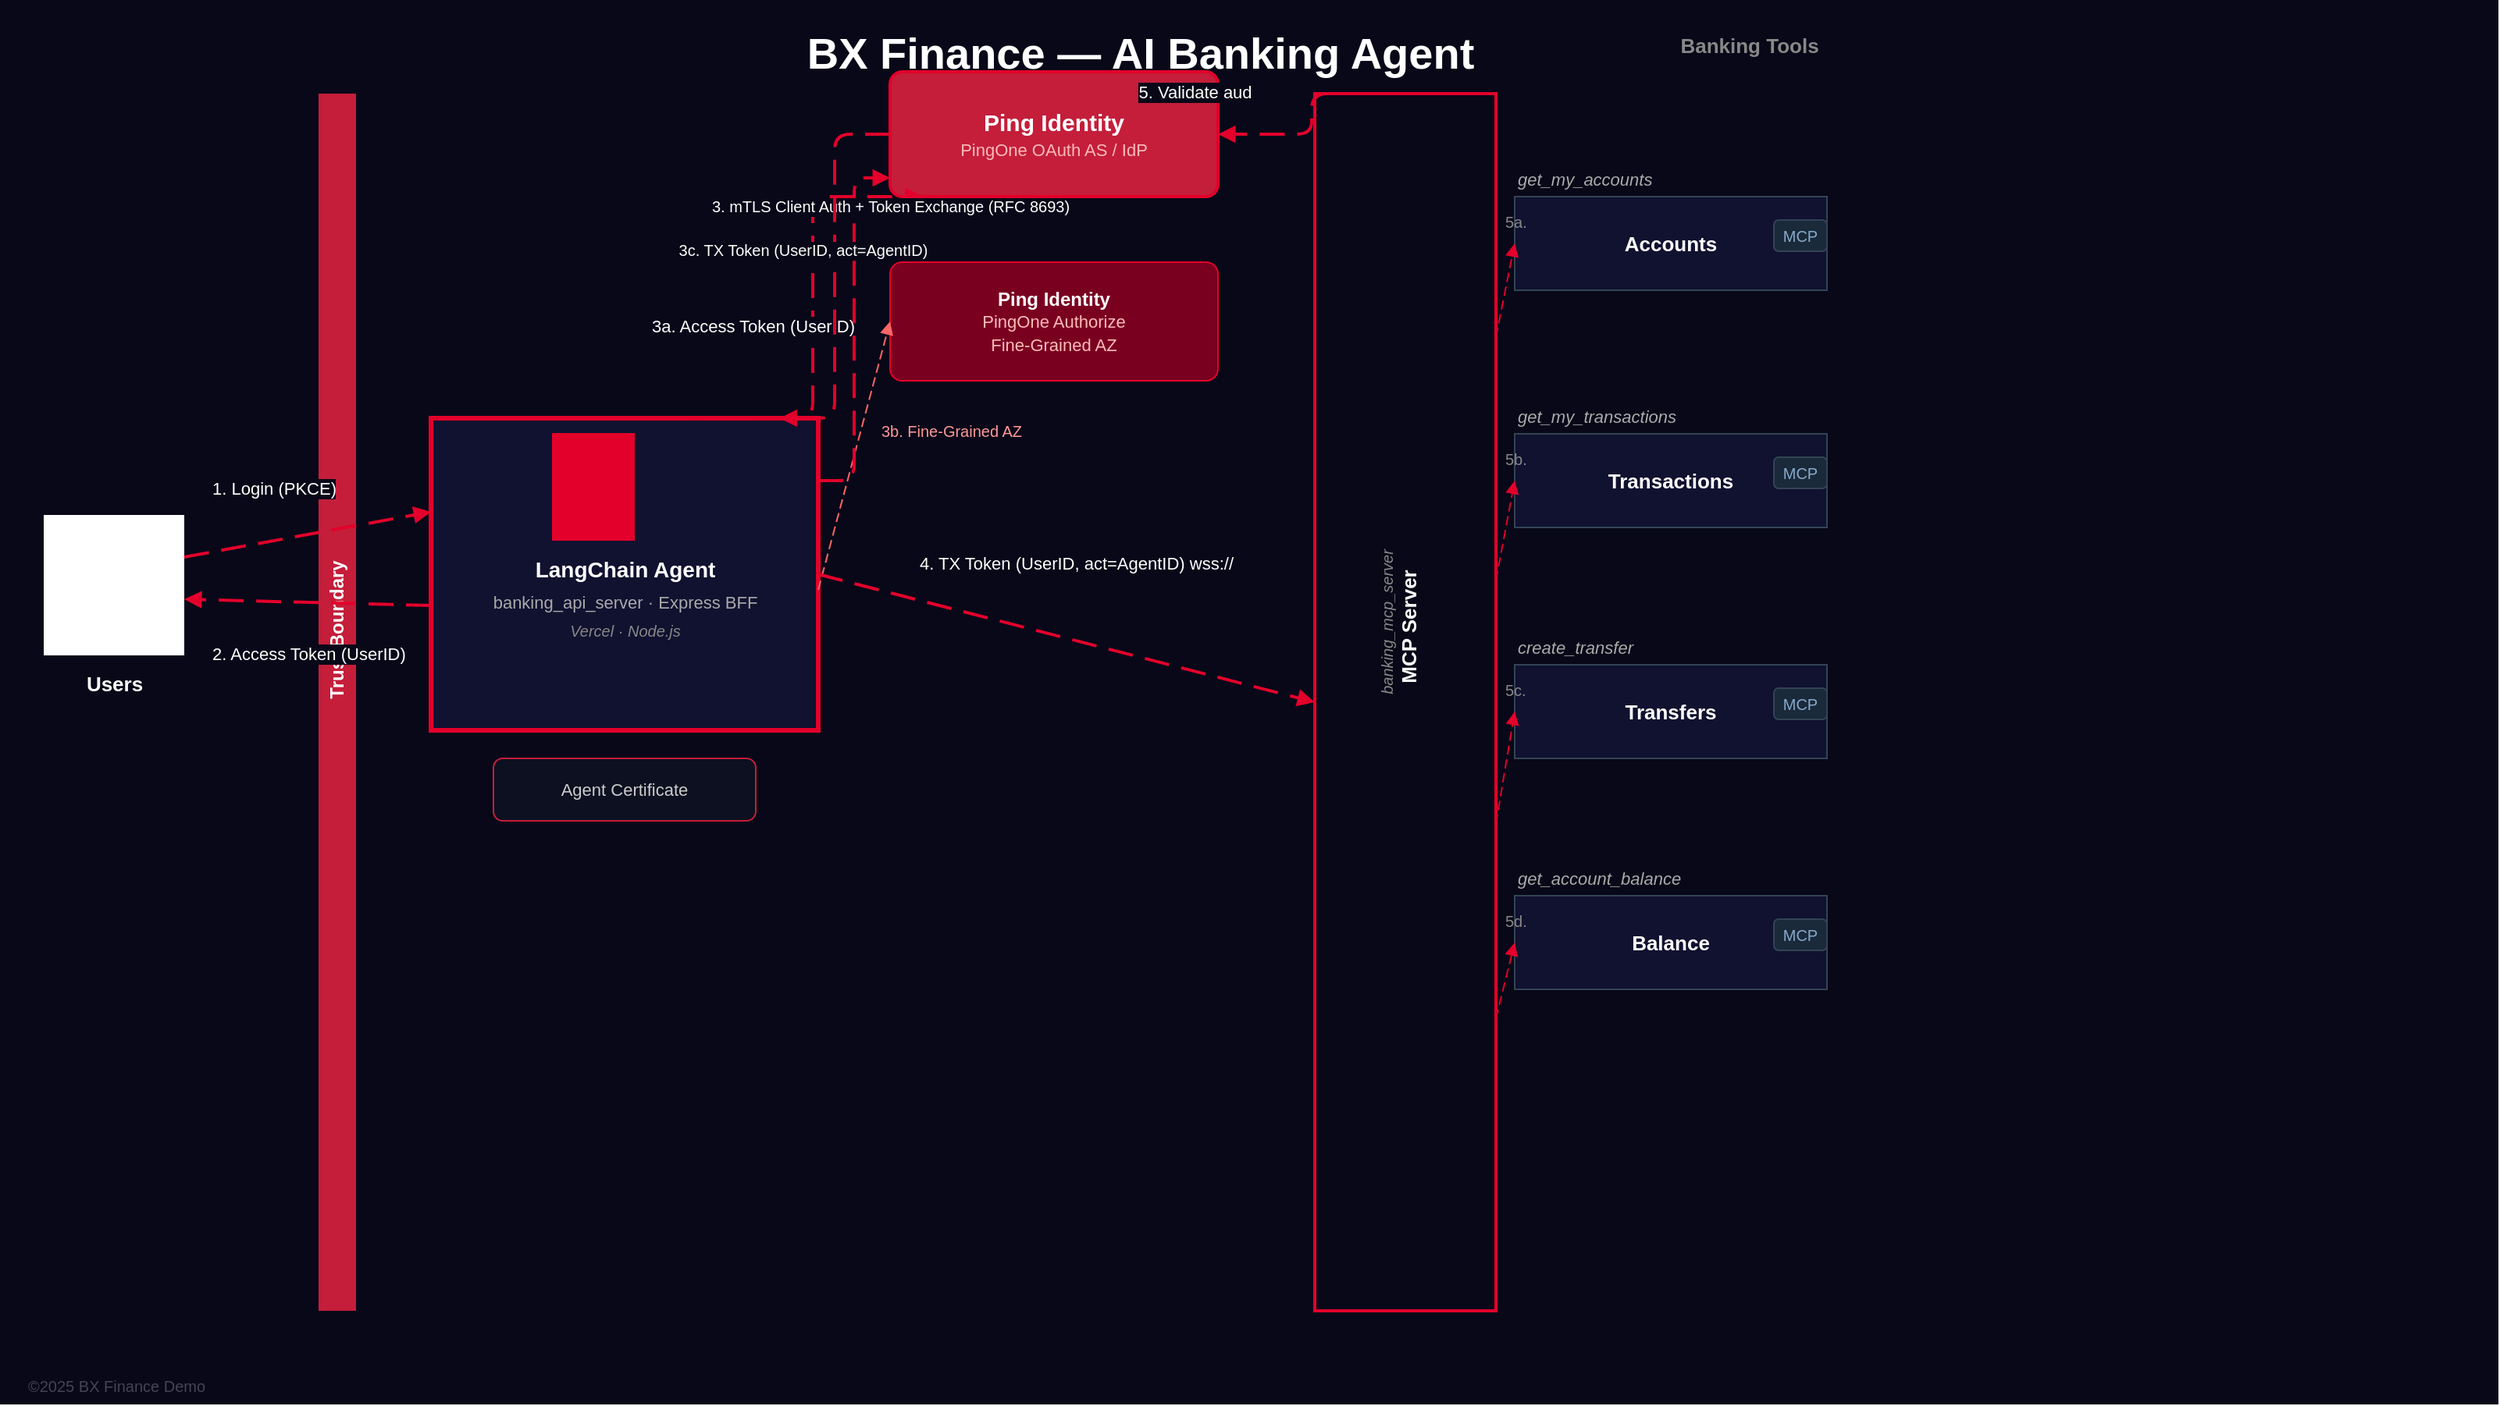
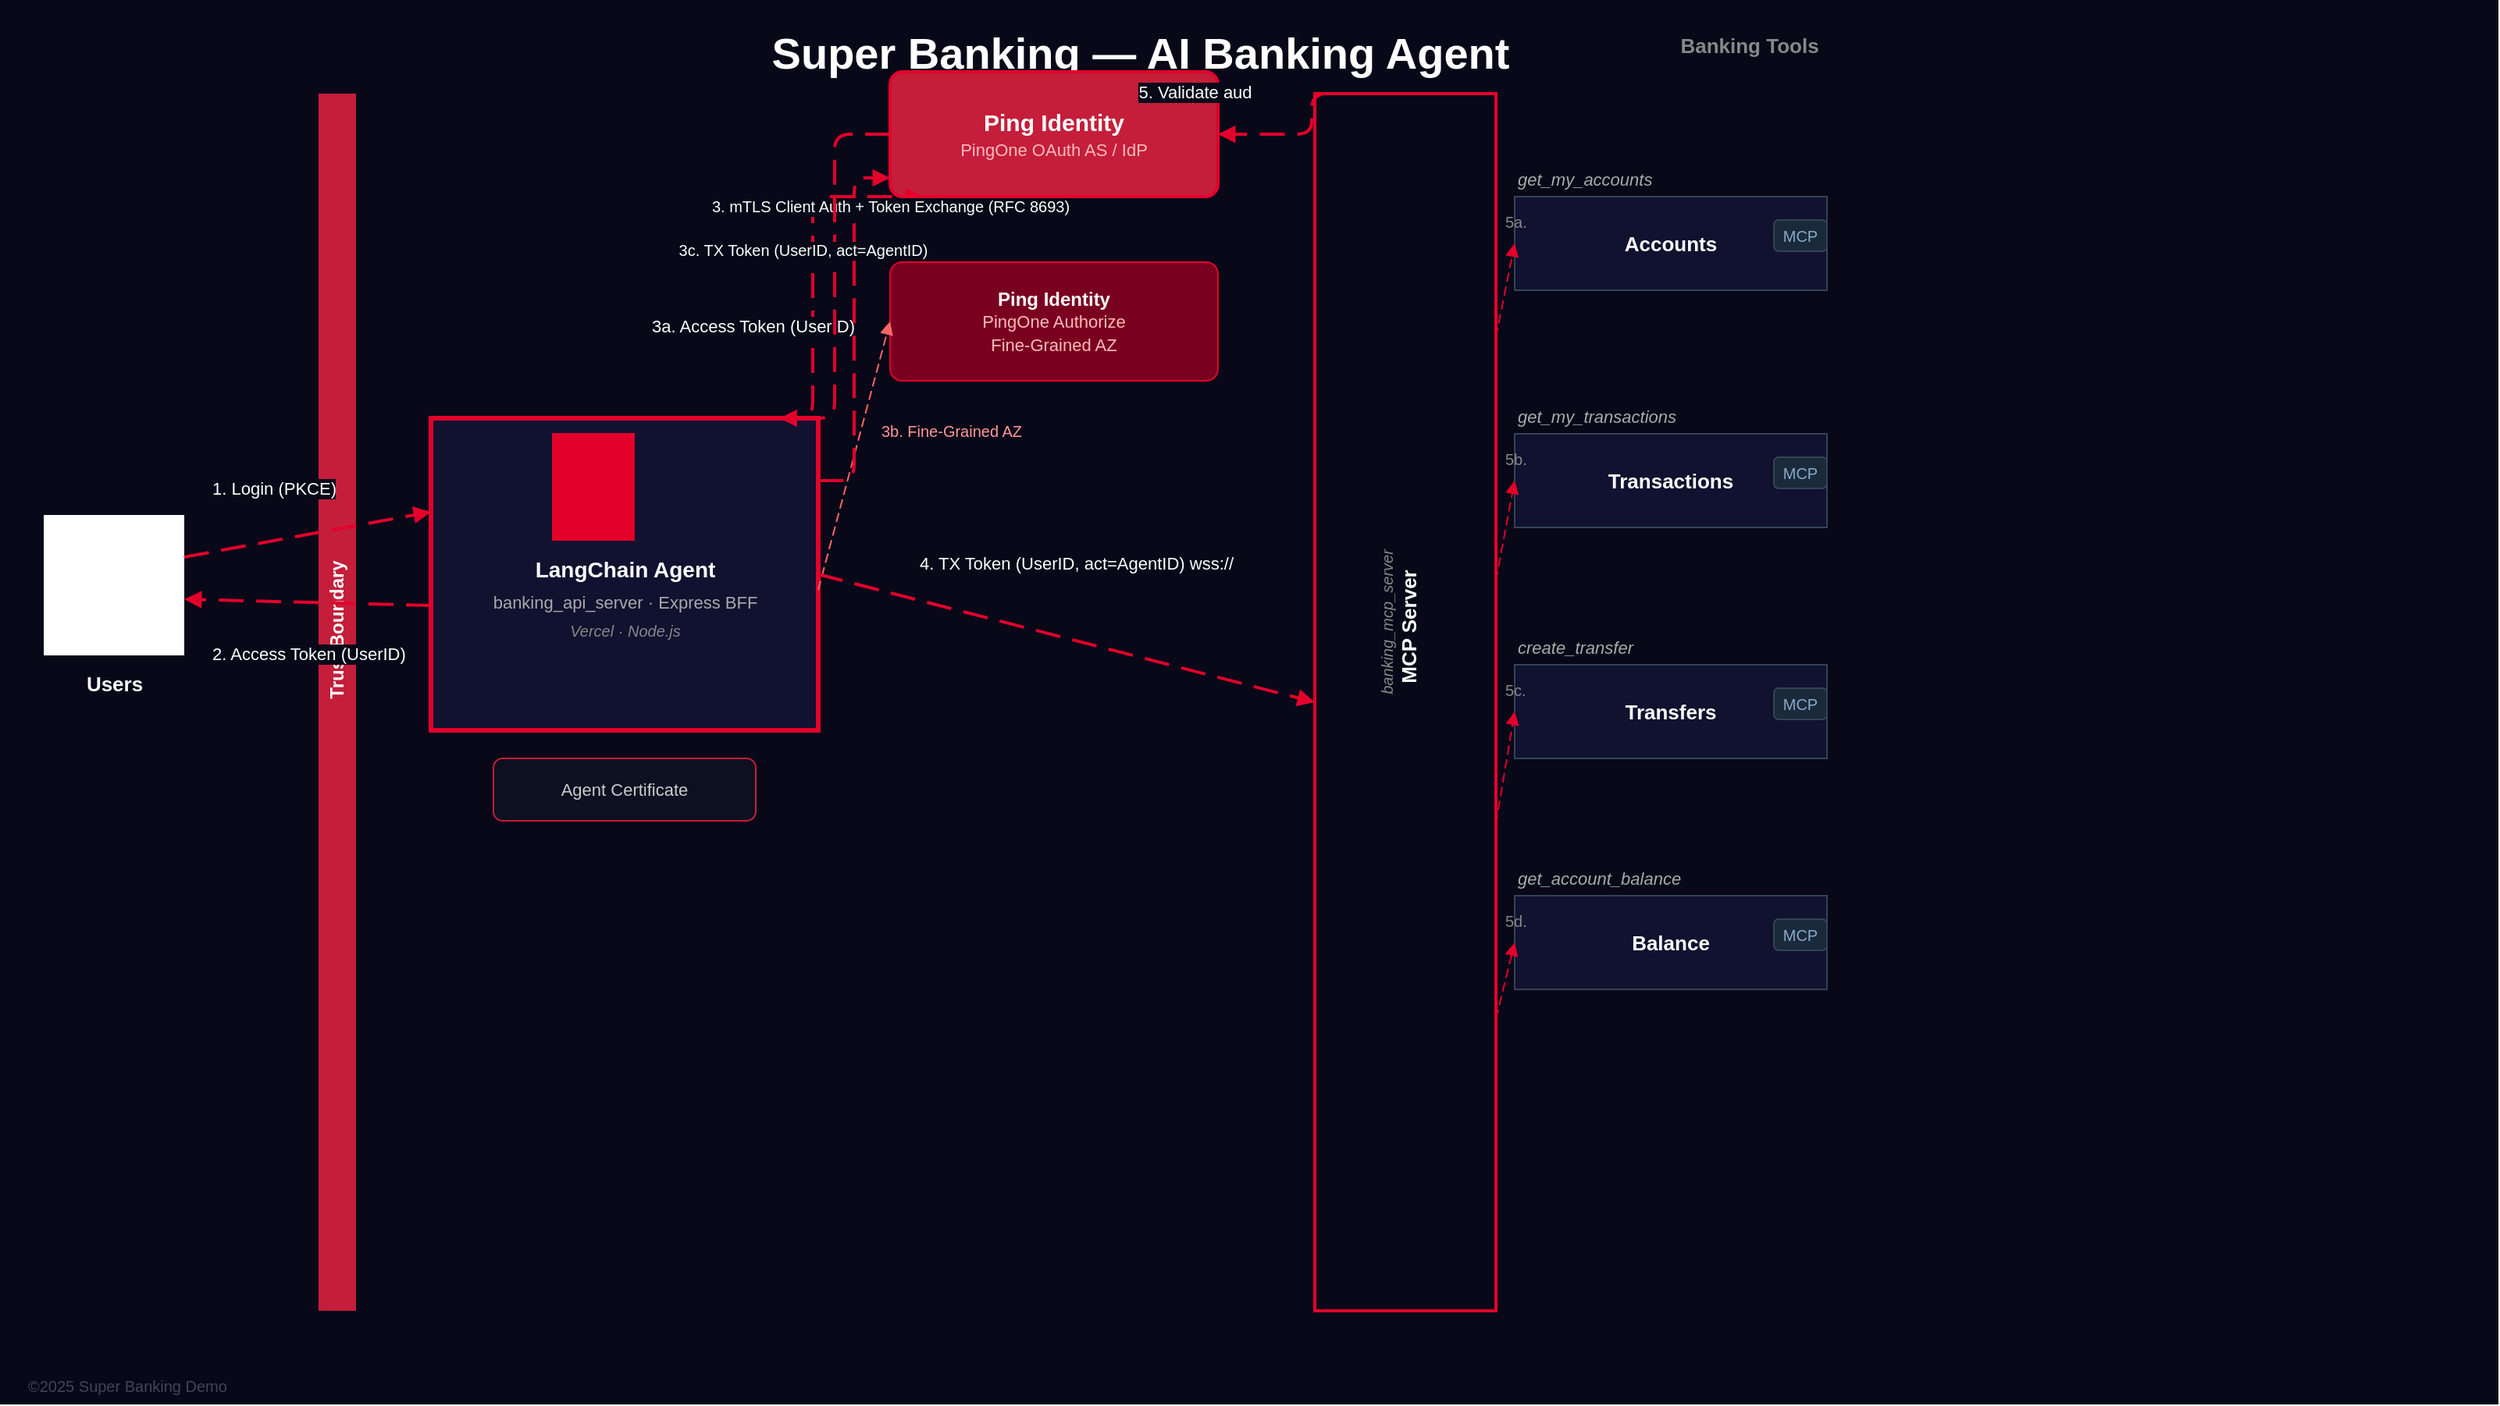
<mxfile host="app.diagrams.net" version="21.0.0" pages="1">
-   <diagram id="bx-agent-flow" name="BX Finance Agent Flow">
+   <diagram id="bx-agent-flow" name="Super Banking Agent Flow">
    <mxGraphModel dx="1600" dy="900" grid="0" gridSize="10" guides="0" tooltips="1" connect="0" arrows="0" fold="0" page="1" pageScale="1" pageWidth="1600" pageHeight="900" math="0" shadow="0">
      <root>
        <mxCell id="0" />
        <mxCell id="1" parent="0" />

        <!-- ─── PAGE BACKGROUND ─── -->
        <mxCell id="bg" value="" style="fillColor=#080818;strokeColor=none;" vertex="1" parent="1">
          <mxGeometry x="0" y="0" width="1600" height="900" as="geometry" />
        </mxCell>

        <!-- ─── TITLE ─── -->
-         <mxCell id="title" value="BX Finance — AI Banking Agent" style="text;html=1;strokeColor=none;fillColor=none;align=center;verticalAlign=middle;fontSize=28;fontStyle=1;fontColor=#ffffff;" vertex="1" parent="1">
+         <mxCell id="title" value="Super Banking — AI Banking Agent" style="text;html=1;strokeColor=none;fillColor=none;align=center;verticalAlign=middle;fontSize=28;fontStyle=1;fontColor=#ffffff;" vertex="1" parent="1">
          <mxGeometry x="300" y="14" width="860" height="40" as="geometry" />
        </mxCell>
        <mxCell id="subtitle_right" value="Banking Tools" style="text;html=1;strokeColor=none;fillColor=none;align=center;verticalAlign=middle;fontSize=13;fontStyle=1;fontColor=#888888;" vertex="1" parent="1">
          <mxGeometry x="1020" y="14" width="200" height="30" as="geometry" />
        </mxCell>

        <!-- ─── USERS ─── -->
        <mxCell id="users_icon" value="" style="shape=mxgraph.cisco.users.users;html=1;fillColor=#ffffff;strokeColor=none;pointerEvents=0;" vertex="1" parent="1">
          <mxGeometry x="28" y="330" width="90" height="90" as="geometry" />
        </mxCell>
        <mxCell id="users_lbl" value="Users" style="text;html=1;strokeColor=none;fillColor=none;align=center;verticalAlign=top;fontSize=13;fontStyle=1;fontColor=#ffffff;" vertex="1" parent="1">
          <mxGeometry x="28" y="424" width="90" height="22" as="geometry" />
        </mxCell>

        <!-- ─── TRUST BOUNDARY BAR ─── -->
        <mxCell id="trust_bar" value="" style="fillColor=#c41e3a;strokeColor=none;" vertex="1" parent="1">
          <mxGeometry x="204" y="60" width="24" height="780" as="geometry" />
        </mxCell>
        <mxCell id="trust_lbl" value="Trust Boundary" style="text;html=1;strokeColor=none;fillColor=none;align=center;verticalAlign=middle;fontSize=12;fontStyle=1;fontColor=#ffffff;rotation=-90;" vertex="1" parent="1">
          <mxGeometry x="140" y="392" width="152" height="24" as="geometry" />
        </mxCell>

        <!-- ─── BFF + LANGCHAIN AGENT ─── -->
        <mxCell id="agent_bg" value="" style="rounded=2;whiteSpace=wrap;html=1;fillColor=#111130;strokeColor=#e3002b;strokeWidth=3;arcSize=6;" vertex="1" parent="1">
          <mxGeometry x="276" y="268" width="248" height="200" as="geometry" />
        </mxCell>
        <mxCell id="agent_robot" value="" style="shape=mxgraph.cisco.servers.standard_server;html=1;fillColor=#e3002b;strokeColor=#e3002b;pointerEvents=0;" vertex="1" parent="1">
          <mxGeometry x="354" y="278" width="52" height="68" as="geometry" />
        </mxCell>
        <mxCell id="agent_name" value="LangChain Agent" style="text;html=1;strokeColor=none;fillColor=none;align=center;verticalAlign=top;fontSize=14;fontStyle=1;fontColor=#ffffff;" vertex="1" parent="1">
          <mxGeometry x="276" y="350" width="248" height="22" as="geometry" />
        </mxCell>
        <mxCell id="agent_sub" value="banking_api_server  ·  Express BFF" style="text;html=1;strokeColor=none;fillColor=none;align=center;verticalAlign=top;fontSize=11;fontStyle=0;fontColor=#aaaaaa;" vertex="1" parent="1">
          <mxGeometry x="276" y="373" width="248" height="20" as="geometry" />
        </mxCell>
        <mxCell id="agent_sub2" value="Vercel · Node.js" style="text;html=1;strokeColor=none;fillColor=none;align=center;verticalAlign=top;fontSize=10;fontStyle=2;fontColor=#888888;" vertex="1" parent="1">
          <mxGeometry x="276" y="392" width="248" height="20" as="geometry" />
        </mxCell>

        <!-- Agent Certificate badge -->
        <mxCell id="agent_cert" value="Agent Certificate" style="rounded=1;whiteSpace=wrap;html=1;fillColor=#0d1020;strokeColor=#c41e3a;strokeWidth=1;strokeDasharray=4 4;fontColor=#cccccc;fontSize=11;" vertex="1" parent="1">
          <mxGeometry x="316" y="486" width="168" height="40" as="geometry" />
        </mxCell>

        <!-- ─── PINGONE AS ─── -->
        <mxCell id="pingone_as" value="&lt;b style=&quot;font-size:15px;&quot;&gt;Ping Identity&lt;/b&gt;&lt;br&gt;&lt;span style=&quot;font-size:11px;color:#ffbbbb;&quot;&gt;PingOne OAuth AS / IdP&lt;/span&gt;" style="rounded=1;whiteSpace=wrap;html=1;fillColor=#c41e3a;strokeColor=#e3002b;strokeWidth=2;fontColor=#ffffff;fontSize=13;arcSize=10;" vertex="1" parent="1">
          <mxGeometry x="570" y="46" width="210" height="80" as="geometry" />
        </mxCell>

        <!-- ─── PINGONE AUTHORIZE (fine-grained AZ) ─── -->
        <mxCell id="pingone_az" value="&lt;b&gt;Ping Identity&lt;/b&gt;&lt;br&gt;&lt;span style=&quot;font-size:11px;color:#ffbbbb;&quot;&gt;PingOne Authorize&lt;br&gt;Fine-Grained AZ&lt;/span&gt;" style="rounded=1;whiteSpace=wrap;html=1;fillColor=#7a0020;strokeColor=#e3002b;strokeWidth=1;strokeDasharray=5 3;fontColor=#ffffff;fontSize=12;arcSize=10;" vertex="1" parent="1">
          <mxGeometry x="570" y="168" width="210" height="76" as="geometry" />
        </mxCell>

        <!-- ─── MCP SERVER (dashed vertical container) ─── -->
        <mxCell id="mcp_outer" value="" style="fillColor=none;strokeColor=#e3002b;strokeWidth=2;strokeDasharray=8 4;" vertex="1" parent="1">
          <mxGeometry x="842" y="60" width="116" height="780" as="geometry" />
        </mxCell>
        <mxCell id="mcp_lbl_top" value="MCP Server" style="text;html=1;strokeColor=none;fillColor=none;align=center;verticalAlign=middle;fontSize=13;fontStyle=1;fontColor=#ffffff;rotation=-90;" vertex="1" parent="1">
          <mxGeometry x="822" y="390" width="160" height="24" as="geometry" />
        </mxCell>
        <mxCell id="mcp_sub_lbl" value="banking_mcp_server" style="text;html=1;strokeColor=none;fillColor=none;align=center;verticalAlign=middle;fontSize=10;fontStyle=2;fontColor=#888888;rotation=-90;" vertex="1" parent="1">
          <mxGeometry x="808" y="390" width="160" height="18" as="geometry" />
        </mxCell>

        <!-- ─── TOOL BOXES ─── -->
        <mxCell id="tool_lbl_a" value="get_my_accounts" style="text;html=1;strokeColor=none;fillColor=none;align=left;verticalAlign=middle;fontSize=11;fontColor=#aaaaaa;fontStyle=2;" vertex="1" parent="1">
          <mxGeometry x="970" y="106" width="170" height="18" as="geometry" />
        </mxCell>
        <mxCell id="tool1" value="&lt;b&gt;Accounts&lt;/b&gt;" style="rounded=0;whiteSpace=wrap;html=1;fillColor=#111130;strokeColor=#334455;strokeWidth=1;fontColor=#ffffff;fontSize=13;" vertex="1" parent="1">
          <mxGeometry x="970" y="126" width="200" height="60" as="geometry" />
        </mxCell>
        <mxCell id="tool1_tag" value="MCP" style="rounded=1;whiteSpace=wrap;html=1;fillColor=#1a2a3a;strokeColor=#334455;fontColor=#88aacc;fontSize=10;" vertex="1" parent="1">
          <mxGeometry x="1136" y="141" width="34" height="20" as="geometry" />
        </mxCell>

        <mxCell id="tool_lbl_b" value="get_my_transactions" style="text;html=1;strokeColor=none;fillColor=none;align=left;verticalAlign=middle;fontSize=11;fontColor=#aaaaaa;fontStyle=2;" vertex="1" parent="1">
          <mxGeometry x="970" y="258" width="170" height="18" as="geometry" />
        </mxCell>
        <mxCell id="tool2" value="&lt;b&gt;Transactions&lt;/b&gt;" style="rounded=0;whiteSpace=wrap;html=1;fillColor=#111130;strokeColor=#334455;strokeWidth=1;fontColor=#ffffff;fontSize=13;" vertex="1" parent="1">
          <mxGeometry x="970" y="278" width="200" height="60" as="geometry" />
        </mxCell>
        <mxCell id="tool2_tag" value="MCP" style="rounded=1;whiteSpace=wrap;html=1;fillColor=#1a2a3a;strokeColor=#334455;fontColor=#88aacc;fontSize=10;" vertex="1" parent="1">
          <mxGeometry x="1136" y="293" width="34" height="20" as="geometry" />
        </mxCell>

        <mxCell id="tool_lbl_c" value="create_transfer" style="text;html=1;strokeColor=none;fillColor=none;align=left;verticalAlign=middle;fontSize=11;fontColor=#aaaaaa;fontStyle=2;" vertex="1" parent="1">
          <mxGeometry x="970" y="406" width="170" height="18" as="geometry" />
        </mxCell>
        <mxCell id="tool3" value="&lt;b&gt;Transfers&lt;/b&gt;" style="rounded=0;whiteSpace=wrap;html=1;fillColor=#111130;strokeColor=#334455;strokeWidth=1;fontColor=#ffffff;fontSize=13;" vertex="1" parent="1">
          <mxGeometry x="970" y="426" width="200" height="60" as="geometry" />
        </mxCell>
        <mxCell id="tool3_tag" value="MCP" style="rounded=1;whiteSpace=wrap;html=1;fillColor=#1a2a3a;strokeColor=#334455;fontColor=#88aacc;fontSize=10;" vertex="1" parent="1">
          <mxGeometry x="1136" y="441" width="34" height="20" as="geometry" />
        </mxCell>

        <mxCell id="tool_lbl_d" value="get_account_balance" style="text;html=1;strokeColor=none;fillColor=none;align=left;verticalAlign=middle;fontSize=11;fontColor=#aaaaaa;fontStyle=2;" vertex="1" parent="1">
          <mxGeometry x="970" y="554" width="170" height="18" as="geometry" />
        </mxCell>
        <mxCell id="tool4" value="&lt;b&gt;Balance&lt;/b&gt;" style="rounded=0;whiteSpace=wrap;html=1;fillColor=#111130;strokeColor=#334455;strokeWidth=1;fontColor=#ffffff;fontSize=13;" vertex="1" parent="1">
          <mxGeometry x="970" y="574" width="200" height="60" as="geometry" />
        </mxCell>
        <mxCell id="tool4_tag" value="MCP" style="rounded=1;whiteSpace=wrap;html=1;fillColor=#1a2a3a;strokeColor=#334455;fontColor=#88aacc;fontSize=10;" vertex="1" parent="1">
          <mxGeometry x="1136" y="589" width="34" height="20" as="geometry" />
        </mxCell>

        <!-- ═══════════ ARROWS ═══════════ -->

        <!-- 1. User → BFF: Login (PKCE) -->
        <mxCell id="a1" value="" style="edgeStyle=none;html=1;dashed=1;dashPattern=8 4;strokeColor=#e3002b;strokeWidth=2;endArrow=block;endFill=1;exitX=1;exitY=0.3;exitDx=0;exitDy=0;entryX=0;entryY=0.3;entryDx=0;entryDy=0;" edge="1" parent="1" source="users_icon" target="agent_bg">
          <mxGeometry relative="1" as="geometry" />
        </mxCell>
        <mxCell id="a1_lbl" value="1. Login (PKCE)" style="text;html=1;strokeColor=none;fillColor=none;align=left;fontSize=11;fontColor=#ffffff;labelBackgroundColor=#080818;" vertex="1" parent="1">
          <mxGeometry x="134" y="300" width="130" height="18" as="geometry" />
        </mxCell>

        <!-- 2. BFF → User: Access Token  -->
        <mxCell id="a2" value="" style="edgeStyle=none;html=1;dashed=1;dashPattern=8 4;strokeColor=#e3002b;strokeWidth=2;endArrow=block;endFill=1;exitX=0;exitY=0.6;exitDx=0;exitDy=0;entryX=1;entryY=0.6;entryDx=0;entryDy=0;" edge="1" parent="1" source="agent_bg" target="users_icon">
          <mxGeometry relative="1" as="geometry" />
        </mxCell>
        <mxCell id="a2_lbl" value="2. Access Token (UserID)" style="text;html=1;strokeColor=none;fillColor=none;align=left;fontSize=11;fontColor=#ffffff;labelBackgroundColor=#080818;" vertex="1" parent="1">
          <mxGeometry x="134" y="406" width="170" height="18" as="geometry" />
        </mxCell>

        <!-- 3a. BFF → PingOne AS: redirect for auth -->
        <mxCell id="a3a" value="" style="edgeStyle=elbowEdgeStyle;html=1;dashed=1;dashPattern=8 4;strokeColor=#e3002b;strokeWidth=2;endArrow=block;endFill=1;exitX=0.7;exitY=0;exitDx=0;exitDy=0;entryX=0.1;entryY=1;entryDx=0;entryDy=0;" edge="1" parent="1" source="agent_bg" target="pingone_as">
          <mxGeometry relative="1" as="geometry" />
        </mxCell>
        <mxCell id="a3a_lbl" value="3a. Access Token (UserID)" style="text;html=1;strokeColor=none;fillColor=none;align=center;fontSize=11;fontColor=#ffffff;labelBackgroundColor=#080818;" vertex="1" parent="1">
          <mxGeometry x="390" y="196" width="184" height="18" as="geometry" />
        </mxCell>

        <!-- 3b. BFF → PingOne Authorize: Fine-Grained AZ -->
        <mxCell id="a3b" value="" style="edgeStyle=none;html=1;dashed=1;dashPattern=6 3;strokeColor=#ff6666;strokeWidth=1;endArrow=block;endFill=1;exitX=1;exitY=0.55;exitDx=0;exitDy=0;entryX=0;entryY=0.5;entryDx=0;entryDy=0;" edge="1" parent="1" source="agent_bg" target="pingone_az">
          <mxGeometry relative="1" as="geometry" />
        </mxCell>
        <mxCell id="a3b_lbl" value="3b. Fine-Grained AZ" style="text;html=1;strokeColor=none;fillColor=none;align=center;fontSize=10;fontColor=#ff9999;labelBackgroundColor=#080818;" vertex="1" parent="1">
          <mxGeometry x="534" y="264" width="150" height="18" as="geometry" />
        </mxCell>

        <!-- 3. BFF → PingOne AS: Token Exchange (RFC 8693) -->
        <mxCell id="a3" value="" style="edgeStyle=elbowEdgeStyle;html=1;dashed=1;dashPattern=8 4;strokeColor=#e3002b;strokeWidth=2;endArrow=block;endFill=1;exitX=1;exitY=0.2;exitDx=0;exitDy=0;entryX=0;entryY=0.85;entryDx=0;entryDy=0;" edge="1" parent="1" source="agent_bg" target="pingone_as">
          <mxGeometry relative="1" as="geometry" />
        </mxCell>
        <mxCell id="a3_lbl" value="3. mTLS Client Auth + Token Exchange (RFC 8693)" style="text;html=1;strokeColor=none;fillColor=none;align=center;fontSize=10;fontColor=#ffffff;labelBackgroundColor=#080818;" vertex="1" parent="1">
          <mxGeometry x="430" y="120" width="280" height="18" as="geometry" />
        </mxCell>

        <!-- 3c. PingOne AS → BFF: TX Token -->
        <mxCell id="a3c" value="" style="edgeStyle=elbowEdgeStyle;html=1;dashed=1;dashPattern=8 4;strokeColor=#e3002b;strokeWidth=2;endArrow=block;endFill=1;exitX=0;exitY=0.5;exitDx=0;exitDy=0;entryX=0.9;entryY=0;entryDx=0;entryDy=0;" edge="1" parent="1" source="pingone_as" target="agent_bg">
          <mxGeometry relative="1" as="geometry" />
        </mxCell>
        <mxCell id="a3c_lbl" value="3c. TX Token (UserID, act=AgentID)" style="text;html=1;strokeColor=none;fillColor=none;align=center;fontSize=10;fontColor=#ffffff;labelBackgroundColor=#080818;" vertex="1" parent="1">
          <mxGeometry x="394" y="148" width="240" height="18" as="geometry" />
        </mxCell>

        <!-- 4. BFF → MCP Server: TX Token via WebSocket -->
        <mxCell id="a4" value="" style="edgeStyle=none;html=1;dashed=1;dashPattern=8 4;strokeColor=#e3002b;strokeWidth=2;endArrow=block;endFill=1;exitX=1;exitY=0.5;exitDx=0;exitDy=0;entryX=0;entryY=0.5;entryDx=0;entryDy=0;" edge="1" parent="1" source="agent_bg" target="mcp_outer">
          <mxGeometry relative="1" as="geometry" />
        </mxCell>
        <mxCell id="a4_lbl" value="4. TX Token (UserID, act=AgentID)  wss://" style="text;html=1;strokeColor=none;fillColor=none;align=center;fontSize=11;fontColor=#ffffff;labelBackgroundColor=#080818;" vertex="1" parent="1">
          <mxGeometry x="544" y="348" width="290" height="18" as="geometry" />
        </mxCell>

        <!-- 5. MCP Server → PingOne AS: Validate aud -->
        <mxCell id="a5" value="" style="edgeStyle=elbowEdgeStyle;html=1;dashed=1;dashPattern=8 4;strokeColor=#e3002b;strokeWidth=2;endArrow=block;endFill=1;exitX=0.5;exitY=0;exitDx=0;exitDy=0;entryX=1;entryY=0.5;entryDx=0;entryDy=0;" edge="1" parent="1" source="mcp_outer" target="pingone_as">
          <mxGeometry relative="1" as="geometry" />
        </mxCell>
        <mxCell id="a5_lbl" value="5. Validate aud" style="text;html=1;strokeColor=none;fillColor=none;align=center;fontSize=11;fontColor=#ffffff;labelBackgroundColor=#080818;" vertex="1" parent="1">
          <mxGeometry x="700" y="46" width="130" height="18" as="geometry" />
        </mxCell>

        <!-- 5a. MCP → Accounts -->
        <mxCell id="a5a" value="" style="edgeStyle=none;html=1;dashed=1;dashPattern=6 3;strokeColor=#e3002b;strokeWidth=1;endArrow=block;endFill=1;exitX=1;exitY=0.2;exitDx=0;exitDy=0;entryX=0;entryY=0.5;entryDx=0;entryDy=0;" edge="1" parent="1" source="mcp_outer" target="tool1">
          <mxGeometry relative="1" as="geometry" />
        </mxCell>
        <mxCell id="a5a_lbl" value="5a." style="text;html=1;strokeColor=none;fillColor=none;align=left;fontSize=10;fontColor=#888888;" vertex="1" parent="1">
          <mxGeometry x="962" y="130" width="30" height="18" as="geometry" />
        </mxCell>

        <!-- 5b. MCP → Transactions -->
        <mxCell id="a5b" value="" style="edgeStyle=none;html=1;dashed=1;dashPattern=6 3;strokeColor=#e3002b;strokeWidth=1;endArrow=block;endFill=1;exitX=1;exitY=0.4;exitDx=0;exitDy=0;entryX=0;entryY=0.5;entryDx=0;entryDy=0;" edge="1" parent="1" source="mcp_outer" target="tool2">
          <mxGeometry relative="1" as="geometry" />
        </mxCell>
        <mxCell id="a5b_lbl" value="5b." style="text;html=1;strokeColor=none;fillColor=none;align=left;fontSize=10;fontColor=#888888;" vertex="1" parent="1">
          <mxGeometry x="962" y="282" width="30" height="18" as="geometry" />
        </mxCell>

        <!-- 5c. MCP → Transfers -->
        <mxCell id="a5c" value="" style="edgeStyle=none;html=1;dashed=1;dashPattern=6 3;strokeColor=#e3002b;strokeWidth=1;endArrow=block;endFill=1;exitX=1;exitY=0.6;exitDx=0;exitDy=0;entryX=0;entryY=0.5;entryDx=0;entryDy=0;" edge="1" parent="1" source="mcp_outer" target="tool3">
          <mxGeometry relative="1" as="geometry" />
        </mxCell>
        <mxCell id="a5c_lbl" value="5c." style="text;html=1;strokeColor=none;fillColor=none;align=left;fontSize=10;fontColor=#888888;" vertex="1" parent="1">
          <mxGeometry x="962" y="430" width="30" height="18" as="geometry" />
        </mxCell>

        <!-- 5d. MCP → Balance -->
        <mxCell id="a5d" value="" style="edgeStyle=none;html=1;dashed=1;dashPattern=6 3;strokeColor=#e3002b;strokeWidth=1;endArrow=block;endFill=1;exitX=1;exitY=0.76;exitDx=0;exitDy=0;entryX=0;entryY=0.5;entryDx=0;entryDy=0;" edge="1" parent="1" source="mcp_outer" target="tool4">
          <mxGeometry relative="1" as="geometry" />
        </mxCell>
        <mxCell id="a5d_lbl" value="5d." style="text;html=1;strokeColor=none;fillColor=none;align=left;fontSize=10;fontColor=#888888;" vertex="1" parent="1">
          <mxGeometry x="962" y="578" width="30" height="18" as="geometry" />
        </mxCell>

        <!-- ─── COPYRIGHT ─── -->
-         <mxCell id="copyright" value="©2025 BX Finance Demo" style="text;html=1;strokeColor=none;fillColor=none;align=left;fontSize=10;fontColor=#444455;" vertex="1" parent="1">
+         <mxCell id="copyright" value="©2025 Super Banking Demo" style="text;html=1;strokeColor=none;fillColor=none;align=left;fontSize=10;fontColor=#444455;" vertex="1" parent="1">
          <mxGeometry x="16" y="876" width="200" height="16" as="geometry" />
        </mxCell>

      </root>
    </mxGraphModel>
  </diagram>
</mxfile>
